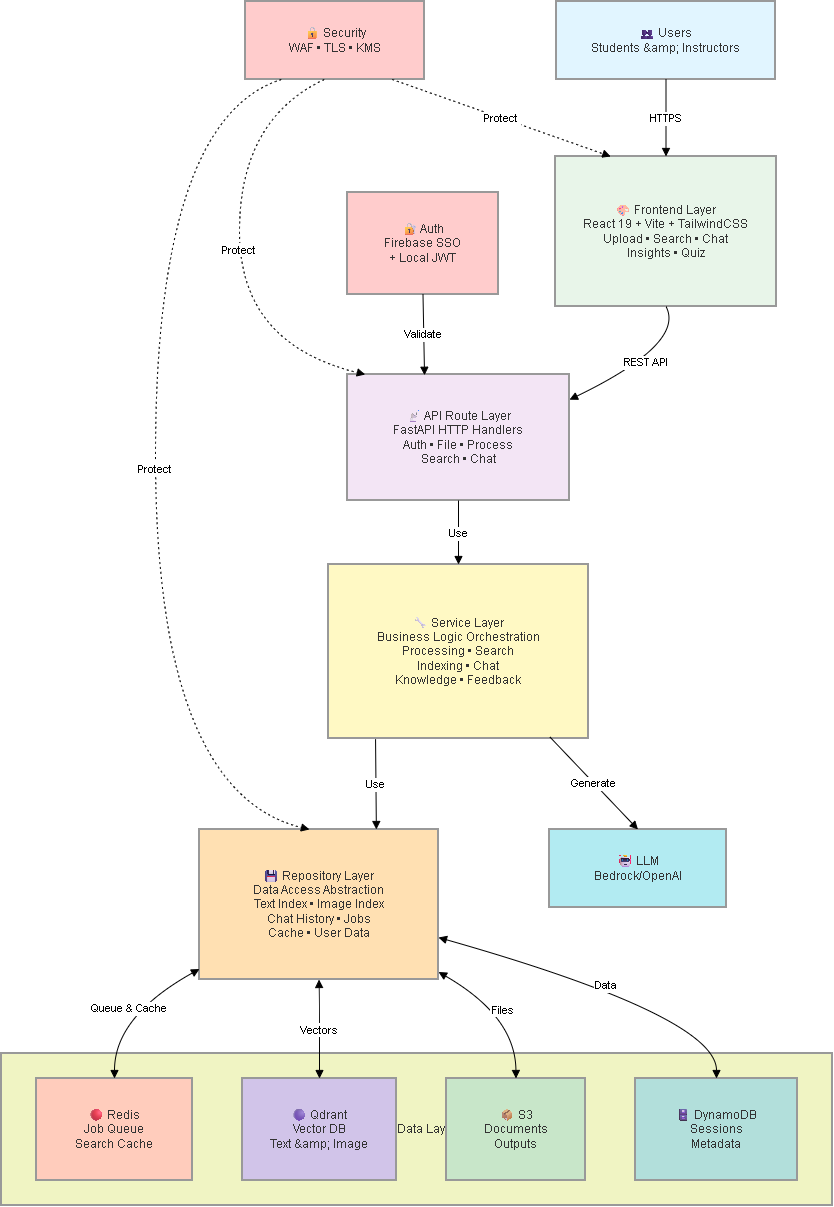
Above: Phase_2_Report/img/pdz/Report 252 Diagram-High Level Architecture.drawio.png in pdz1804/capstone-project (draw.io), before the change. Source tidied: cells renumbered, new cells last; positions are measured from the earlier drawing's top-left corner, leaving out a move shared by most shapes.
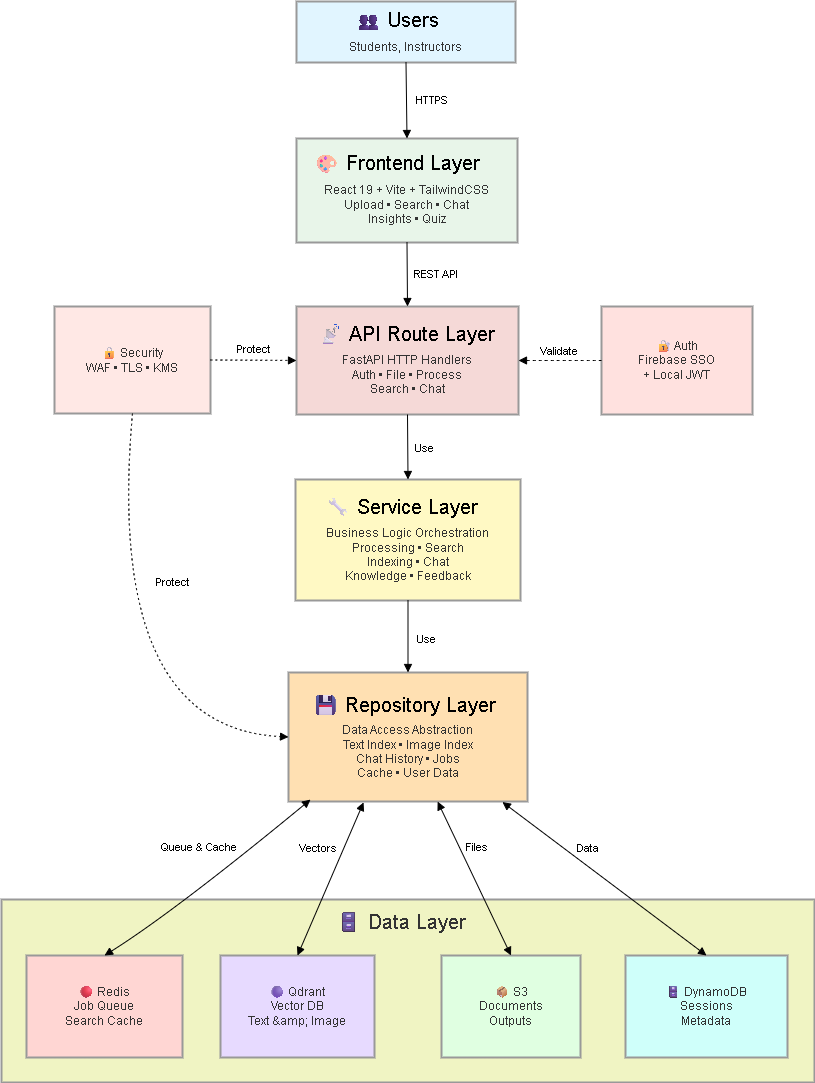
After the change.

Commit message:
update: pipeline diagram

Diff of the diagram source:
```diff
@@ -2,113 +2,100 @@
   <root>
     <mxCell id="0" />
     <mxCell id="1" parent="0" />
-    <mxCell id="2" value="🗄️ Data Layer" style="whiteSpace=wrap;strokeWidth=2;fillColor=#f0f4c3;strokeColor=light-dark(#999999,#cccccc);fontColor=light-dark(#333333,#cccccc);" parent="1" vertex="1">
-      <mxGeometry y="1052" width="831" height="152" as="geometry" />
+    <mxCell id="2" style="whiteSpace=wrap;strokeWidth=2;fillColor=#f0f4c3;strokeColor=light-dark(#999999,#cccccc);fontColor=light-dark(#333333,#cccccc);" parent="1" vertex="1">
+      <mxGeometry x="51" y="962" width="813" height="183" as="geometry" />
     </mxCell>
-    <mxCell id="3" value="👥 Users&#10;Students &amp;amp; Instructors" style="whiteSpace=wrap;strokeWidth=2;fillColor=#e1f5ff;strokeColor=light-dark(#999999,#cccccc);fontColor=light-dark(#333333,#cccccc);" parent="1" vertex="1">
-      <mxGeometry x="555" width="219" height="78" as="geometry" />
+    <mxCell id="3" value="&#10;&#10;Students, Instructors" style="whiteSpace=wrap;strokeWidth=2;fillColor=#e1f5ff;strokeColor=light-dark(#999999,#cccccc);fontColor=light-dark(#333333,#cccccc);" parent="1" vertex="1">
+      <mxGeometry x="346" y="64" width="219" height="61" as="geometry" />
     </mxCell>
-    <mxCell id="4" value="🎨 Frontend Layer&#10;React 19 + Vite + TailwindCSS&#10;Upload • Search • Chat&#10;Insights • Quiz" style="whiteSpace=wrap;strokeWidth=2;fillColor=#e8f5e9;strokeColor=light-dark(#999999,#cccccc);fontColor=light-dark(#333333,#cccccc);" parent="1" vertex="1">
-      <mxGeometry x="554" y="155" width="221" height="150" as="geometry" />
+    <mxCell id="4" value="&#10;&#10;React 19 + Vite + TailwindCSS&#10;Upload • Search • Chat&#10;Insights • Quiz" style="whiteSpace=wrap;strokeWidth=2;fillColor=#e8f5e9;strokeColor=light-dark(#999999,#cccccc);fontColor=light-dark(#333333,#cccccc);" parent="1" vertex="1">
+      <mxGeometry x="346" y="201" width="221" height="104" as="geometry" />
     </mxCell>
-    <mxCell id="5" value="📡 API Route Layer&#10;FastAPI HTTP Handlers&#10;Auth • File • Process&#10;Search • Chat" style="whiteSpace=wrap;strokeWidth=2;fillColor=#f3e5f5;strokeColor=light-dark(#999999,#cccccc);fontColor=light-dark(#333333,#cccccc);" parent="1" vertex="1">
-      <mxGeometry x="346" y="373" width="222" height="126" as="geometry" />
+    <mxCell id="5" value="&#10;&#10;FastAPI HTTP Handlers&#10;Auth • File • Process&#10;Search • Chat" style="whiteSpace=wrap;strokeWidth=2;fillColor=#F5D9D7;strokeColor=light-dark(#999999,#cccccc);fontColor=light-dark(#333333,#cccccc);" parent="1" vertex="1">
+      <mxGeometry x="346" y="369" width="222" height="108" as="geometry" />
     </mxCell>
-    <mxCell id="6" value="🔧 Service Layer&#10;Business Logic Orchestration&#10;Processing • Search&#10;Indexing • Chat&#10;Knowledge • Feedback" style="whiteSpace=wrap;strokeWidth=2;fillColor=#fff9c4;strokeColor=light-dark(#999999,#cccccc);fontColor=light-dark(#333333,#cccccc);" parent="1" vertex="1">
-      <mxGeometry x="327" y="563" width="260" height="174" as="geometry" />
+    <mxCell id="6" value="&#10;&#10;Business Logic Orchestration&#10;Processing • Search&#10;Indexing • Chat&#10;Knowledge • Feedback" style="whiteSpace=wrap;strokeWidth=2;fillColor=#fff9c4;strokeColor=light-dark(#999999,#cccccc);fontColor=light-dark(#333333,#cccccc);" parent="1" vertex="1">
+      <mxGeometry x="345" y="542" width="225" height="121" as="geometry" />
     </mxCell>
-    <mxCell id="7" value="💾 Repository Layer&#10;Data Access Abstraction&#10;Text Index • Image Index&#10;Chat History • Jobs&#10;Cache • User Data" style="whiteSpace=wrap;strokeWidth=2;fillColor=#ffe0b2;strokeColor=light-dark(#999999,#cccccc);fontColor=light-dark(#333333,#cccccc);" parent="1" vertex="1">
-      <mxGeometry x="198" y="828" width="239" height="150" as="geometry" />
+    <mxCell id="7" value="&#10;&#10;Data Access Abstraction&#10;Text Index • Image Index&#10;Chat History • Jobs&#10;Cache • User Data" style="whiteSpace=wrap;strokeWidth=2;fillColor=#FFE0B2;strokeColor=light-dark(#999999,#cccccc);fontColor=light-dark(#333333,#cccccc);" parent="1" vertex="1">
+      <mxGeometry x="338" y="735" width="239" height="129" as="geometry" />
     </mxCell>
-    <mxCell id="8" value="🔴 Redis&#10;Job Queue&#10;Search Cache" style="whiteSpace=wrap;strokeWidth=2;fillColor=#ffccbc;strokeColor=light-dark(#999999,#cccccc);fontColor=light-dark(#333333,#cccccc);" parent="1" vertex="1">
-      <mxGeometry x="35" y="1077" width="156" height="102" as="geometry" />
+    <mxCell id="8" value="🔴 Redis&#10;Job Queue&#10;Search Cache" style="whiteSpace=wrap;strokeWidth=2;fillColor=#FFD6D3;strokeColor=light-dark(#999999,#cccccc);fontColor=light-dark(#333333,#cccccc);" parent="1" vertex="1">
+      <mxGeometry x="76" y="1018" width="156" height="102" as="geometry" />
     </mxCell>
-    <mxCell id="9" value="🟣 Qdrant&#10;Vector DB&#10;Text &amp;amp; Image" style="whiteSpace=wrap;strokeWidth=2;fillColor=#d1c4e9;strokeColor=light-dark(#999999,#cccccc);fontColor=light-dark(#333333,#cccccc);" parent="1" vertex="1">
-      <mxGeometry x="241" y="1077" width="154" height="102" as="geometry" />
+    <mxCell id="9" value="🟣 Qdrant&#10;Vector DB&#10;Text &amp;amp; Image" style="whiteSpace=wrap;strokeWidth=2;fillColor=#E7DAFF;strokeColor=light-dark(#999999,#cccccc);fontColor=light-dark(#333333,#cccccc);" parent="1" vertex="1">
+      <mxGeometry x="270" y="1018" width="154" height="102" as="geometry" />
     </mxCell>
-    <mxCell id="10" value="📦 S3&#10;Documents&#10;Outputs" style="whiteSpace=wrap;strokeWidth=2;fillColor=#c8e6c9;strokeColor=light-dark(#999999,#cccccc);fontColor=light-dark(#333333,#cccccc);" parent="1" vertex="1">
-      <mxGeometry x="445" y="1077" width="139" height="102" as="geometry" />
+    <mxCell id="10" value="📦 S3&#10;Documents&#10;Outputs" style="whiteSpace=wrap;strokeWidth=2;fillColor=#E0FFE1;strokeColor=light-dark(#999999,#cccccc);fontColor=light-dark(#333333,#cccccc);" parent="1" vertex="1">
+      <mxGeometry x="491" y="1018" width="139" height="102" as="geometry" />
     </mxCell>
-    <mxCell id="11" value="🗄️ DynamoDB&#10;Sessions&#10;Metadata" style="whiteSpace=wrap;strokeWidth=2;fillColor=#b2dfdb;strokeColor=light-dark(#999999,#cccccc);fontColor=light-dark(#333333,#cccccc);" parent="1" vertex="1">
-      <mxGeometry x="634" y="1077" width="162" height="102" as="geometry" />
+    <mxCell id="11" value="🗄️ DynamoDB&#10;Sessions&#10;Metadata" style="whiteSpace=wrap;strokeWidth=2;fillColor=#CFFFFA;strokeColor=light-dark(#999999,#cccccc);fontColor=light-dark(#333333,#cccccc);" parent="1" vertex="1">
+      <mxGeometry x="675" y="1018" width="162" height="102" as="geometry" />
     </mxCell>
-    <mxCell id="12" value="🤖 LLM&#10;Bedrock/OpenAI" style="whiteSpace=wrap;strokeWidth=2;fillColor=#b2ebf2;strokeColor=light-dark(#999999,#cccccc);fontColor=light-dark(#333333,#cccccc);" parent="1" vertex="1">
-      <mxGeometry x="548" y="828" width="177" height="78" as="geometry" />
-    </mxCell>
-    <mxCell id="13" value="🔐 Auth&#10;Firebase SSO&#10;+ Local JWT" style="whiteSpace=wrap;strokeWidth=2;fillColor=#ffcccc;strokeColor=light-dark(#999999,#cccccc);fontColor=light-dark(#333333,#cccccc);" parent="1" vertex="1">
-      <mxGeometry x="346" y="191" width="151" height="102" as="geometry" />
+    <mxCell id="13" value="🔐 Auth&#10;Firebase SSO&#10;+ Local JWT" style="whiteSpace=wrap;strokeWidth=2;fillColor=#FFE1DF;strokeColor=light-dark(#999999,#cccccc);fontColor=light-dark(#333333,#cccccc);" parent="1" vertex="1">
+      <mxGeometry x="651" y="369" width="151" height="108" as="geometry" />
     </mxCell>
-    <mxCell id="14" value="🔒 Security&#10;WAF • TLS • KMS" style="whiteSpace=wrap;strokeWidth=2;fillColor=#ffcccc;strokeColor=light-dark(#999999,#cccccc);fontColor=light-dark(#333333,#cccccc);" parent="1" vertex="1">
-      <mxGeometry x="244" width="179" height="78" as="geometry" />
+    <mxCell id="14" value="🔒 Security&#10;WAF • TLS • KMS" style="whiteSpace=wrap;strokeWidth=2;fillColor=#FFE8E5;strokeColor=light-dark(#999999,#cccccc);fontColor=light-dark(#333333,#cccccc);" parent="1" vertex="1">
+      <mxGeometry x="104" y="369" width="156" height="107" as="geometry" />
     </mxCell>
-    <mxCell id="15" value="HTTPS" style="curved=1;startArrow=none;endArrow=block;exitX=0.5;exitY=1;entryX=0.5;entryY=0;rounded=0;" parent="1" edge="1" source="3" target="4">
-      <mxGeometry relative="1" as="geometry" />
+    <mxCell id="15" value="HTTPS" style="curved=1;startArrow=none;endArrow=block;exitX=0.5;exitY=1;entryX=0.5;entryY=0;rounded=0;entryDx=0;entryDy=0;" parent="1" edge="1" source="3" target="4">
+      <mxGeometry x="0.01" y="26" relative="1" as="geometry" />
     </mxCell>
-    <mxCell id="16" value="REST API" style="curved=1;startArrow=none;endArrow=block;exitX=0.5;exitY=1;entryX=1;entryY=0.2;rounded=0;" parent="1" edge="1" source="4" target="5">
-      <mxGeometry relative="1" as="geometry">
-        <Array as="points">
-          <mxPoint x="684" y="342" />
-        </Array>
-      </mxGeometry>
+    <mxCell id="16" value="REST API" style="curved=1;startArrow=none;endArrow=block;exitX=0.5;exitY=1;entryX=0.5;entryY=0;rounded=0;entryDx=0;entryDy=0;" parent="1" edge="1" source="4" target="5">
+      <mxGeometry x="-0.03" y="29" relative="1" as="geometry" />
     </mxCell>
-    <mxCell id="17" value="Validate" style="curved=1;startArrow=none;endArrow=block;exitX=0.5;exitY=1;entryX=0.347;entryY=0.006;rounded=0;entryDx=0;entryDy=0;entryPerimeter=0;" parent="1" edge="1" source="13" target="5">
-      <mxGeometry relative="1" as="geometry" />
+    <mxCell id="17" value="Validate" style="curved=1;startArrow=none;endArrow=block;exitX=0;exitY=0.5;entryX=1;entryY=0.5;rounded=0;entryDx=0;entryDy=0;exitDx=0;exitDy=0;dashed=1;" parent="1" edge="1" source="13" target="5">
+      <mxGeometry x="0.02" y="-10" relative="1" as="geometry" />
     </mxCell>
     <mxCell id="18" value="Use" style="curved=1;startArrow=none;endArrow=block;exitX=0.5;exitY=1;entryX=0.5;entryY=0;rounded=0;entryDx=0;entryDy=0;" parent="1" edge="1" source="5" target="6">
-      <mxGeometry relative="1" as="geometry" />
+      <mxGeometry x="0.02" y="17" relative="1" as="geometry" />
     </mxCell>
-    <mxCell id="19" value="Use" style="curved=1;startArrow=none;endArrow=block;exitX=0.181;exitY=1.004;entryX=0.74;entryY=0;rounded=0;exitDx=0;exitDy=0;exitPerimeter=0;" parent="1" edge="1" source="6" target="7">
-      <mxGeometry relative="1" as="geometry" />
+    <mxCell id="19" value="Use" style="curved=1;startArrow=none;endArrow=block;entryX=0.5;entryY=0;rounded=0;entryDx=0;entryDy=0;" parent="1" edge="1" source="6" target="7">
+      <mxGeometry x="0.03" y="19" relative="1" as="geometry" />
     </mxCell>
-    <mxCell id="20" value="Queue &amp; Cache" style="curved=1;startArrow=block;endArrow=block;exitX=0;exitY=0.93;entryX=0.5;entryY=0;rounded=0;" parent="1" edge="1" source="7" target="8">
-      <mxGeometry relative="1" as="geometry">
+    <mxCell id="20" value="Queue &amp; Cache" style="curved=1;startArrow=block;endArrow=block;exitX=0.092;exitY=0.985;entryX=0.5;entryY=0;rounded=0;exitDx=0;exitDy=0;exitPerimeter=0;" parent="1" edge="1" source="7" target="8">
+      <mxGeometry x="-0.1" y="-34" relative="1" as="geometry">
         <Array as="points">
-          <mxPoint x="113" y="1015" />
+          <mxPoint x="224" y="974" />
         </Array>
       </mxGeometry>
     </mxCell>
-    <mxCell id="21" value="Vectors" style="curved=1;startArrow=block;endArrow=block;exitX=0.5;exitY=1;entryX=0.5;entryY=0;rounded=0;" parent="1" edge="1" source="7" target="9">
-      <mxGeometry relative="1" as="geometry">
-        <Array as="points">
-          <mxPoint x="318" y="1015" />
-        </Array>
-      </mxGeometry>
+    <mxCell id="21" value="Vectors" style="curved=1;startArrow=block;endArrow=block;exitX=0.314;exitY=1.007;entryX=0.5;entryY=0;rounded=0;exitDx=0;exitDy=0;exitPerimeter=0;" parent="1" edge="1" source="7" target="9">
+      <mxGeometry x="-0.29" y="-23" relative="1" as="geometry" />
     </mxCell>
-    <mxCell id="22" value="Files" style="curved=1;startArrow=block;endArrow=block;exitX=1;exitY=0.95;entryX=0.5;entryY=0;rounded=0;" parent="1" edge="1" source="7" target="10">
-      <mxGeometry relative="1" as="geometry">
-        <Array as="points">
-          <mxPoint x="514" y="1015" />
-        </Array>
-      </mxGeometry>
+    <mxCell id="22" value="Files" style="curved=1;startArrow=block;endArrow=block;exitX=0.624;exitY=1.001;entryX=0.5;entryY=0;rounded=0;exitDx=0;exitDy=0;exitPerimeter=0;" parent="1" edge="1" source="7" target="10">
+      <mxGeometry x="-0.32" y="17" relative="1" as="geometry" />
     </mxCell>
-    <mxCell id="23" value="Data" style="curved=1;startArrow=block;endArrow=block;exitX=1;exitY=0.72;entryX=0.5;entryY=0;rounded=0;" parent="1" edge="1" source="7" target="11">
-      <mxGeometry relative="1" as="geometry">
-        <Array as="points">
-          <mxPoint x="715" y="1015" />
-        </Array>
-      </mxGeometry>
+    <mxCell id="23" value="Data" style="curved=1;startArrow=block;endArrow=block;exitX=0.895;exitY=1.004;entryX=0.5;entryY=0;rounded=0;exitDx=0;exitDy=0;exitPerimeter=0;" parent="1" edge="1" source="7" target="11">
+      <mxGeometry x="-0.25" y="15" relative="1" as="geometry" />
     </mxCell>
-    <mxCell id="24" value="Generate" style="curved=1;startArrow=none;endArrow=block;exitX=0.852;exitY=0.992;entryX=0.5;entryY=0;rounded=0;exitDx=0;exitDy=0;exitPerimeter=0;" parent="1" edge="1" source="6" target="12">
-      <mxGeometry relative="1" as="geometry" />
-    </mxCell>
-    <mxCell id="25" value="Protect" style="curved=1;dashed=1;dashPattern=2 3;startArrow=none;endArrow=block;exitX=0.82;exitY=1;entryX=0.25;entryY=0;rounded=0;entryDx=0;entryDy=0;" parent="1" edge="1" source="14" target="4">
-      <mxGeometry relative="1" as="geometry" />
-    </mxCell>
-    <mxCell id="26" value="Protect" style="curved=1;dashed=1;dashPattern=2 3;startArrow=none;endArrow=block;exitX=0.44;exitY=1;entryX=0.08;entryY=0;rounded=0;" parent="1" edge="1" source="14" target="5">
-      <mxGeometry relative="1" as="geometry">
-        <Array as="points">
-          <mxPoint x="238" y="118" />
-          <mxPoint x="238" y="342" />
-        </Array>
-      </mxGeometry>
+    <mxCell id="26" value="Protect" style="curved=1;dashed=1;dashPattern=2 3;startArrow=none;endArrow=block;exitX=1;exitY=0.5;entryX=0;entryY=0.5;rounded=0;exitDx=0;exitDy=0;entryDx=0;entryDy=0;" parent="1" edge="1" source="14" target="5">
+      <mxGeometry y="11" relative="1" as="geometry" />
     </mxCell>
-    <mxCell id="27" value="Protect" style="curved=1;dashed=1;dashPattern=2 3;startArrow=none;endArrow=block;exitX=0.2;exitY=1;entryX=0.46;entryY=0;rounded=0;" parent="1" edge="1" source="14" target="7">
-      <mxGeometry relative="1" as="geometry">
+    <mxCell id="27" value="Protect" style="curved=1;dashed=1;dashPattern=2 3;startArrow=none;endArrow=block;exitX=0.5;exitY=1;entryX=0;entryY=0.5;rounded=0;exitDx=0;exitDy=0;entryDx=0;entryDy=0;" parent="1" edge="1" source="14" target="7">
+      <mxGeometry x="-0.34" y="56" relative="1" as="geometry">
         <Array as="points">
-          <mxPoint x="154" y="118" />
           <mxPoint x="154" y="790" />
         </Array>
       </mxGeometry>
     </mxCell>
+    <mxCell id="28" value="🎨 Frontend Layer" style="text;whiteSpace=wrap;align=center;verticalAlign=middle;fontSize=20;" parent="1" vertex="1">
+      <mxGeometry x="354" y="207" width="185" height="36" as="geometry" />
+    </mxCell>
+    <mxCell id="29" value="&lt;span style=&quot;color: rgb(51, 51, 51);&quot;&gt;&lt;font style=&quot;font-size: 20px;&quot;&gt;🗄️ Data Layer&lt;/font&gt;&lt;/span&gt;" style="text;html=1;whiteSpace=wrap;strokeColor=none;fillColor=none;align=center;verticalAlign=middle;rounded=0;" parent="1" vertex="1">
+      <mxGeometry x="346" y="969" width="208" height="30" as="geometry" />
+    </mxCell>
+    <mxCell id="30" value="👥 Users" style="text;whiteSpace=wrap;align=center;verticalAlign=middle;fontSize=20;" parent="1" vertex="1">
+      <mxGeometry x="354" y="64" width="185" height="36" as="geometry" />
+    </mxCell>
+    <mxCell id="31" value="📡 API Route Layer" style="text;whiteSpace=wrap;align=center;verticalAlign=middle;fontSize=20;" parent="1" vertex="1">
+      <mxGeometry x="363" y="378" width="185" height="36" as="geometry" />
+    </mxCell>
+    <mxCell id="32" value="🔧 Service Layer" style="text;whiteSpace=wrap;align=center;verticalAlign=middle;fontSize=20;" parent="1" vertex="1">
+      <mxGeometry x="357.5" y="551" width="185" height="36" as="geometry" />
+    </mxCell>
+    <mxCell id="33" value="💾 Repository Layer" style="text;whiteSpace=wrap;align=center;verticalAlign=middle;fontSize=20;" parent="1" vertex="1">
+      <mxGeometry x="330" y="749" width="247" height="36" as="geometry" />
+    </mxCell>
   </root>
 </mxGraphModel>
```
